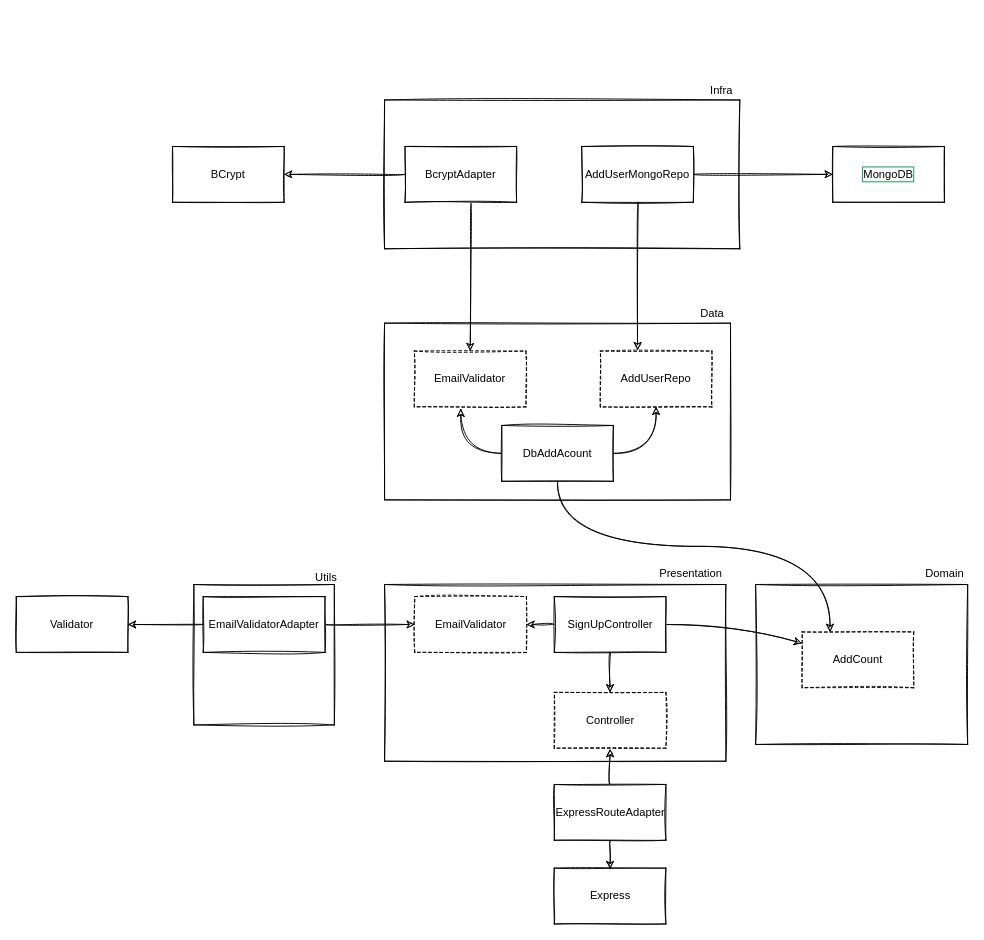
Above: Untitled Diagram.drawio in lucca257/clean-node-api (draw.io), before the change. Source tidied: cells renumbered, new cells numbered last; positions are measured from the earlier drawing's top-left corner, leaving out a move shared by most shapes. Both pictures are drawn from the tidied source at 93%, with x=0, y=0 at pixel (16, 81).
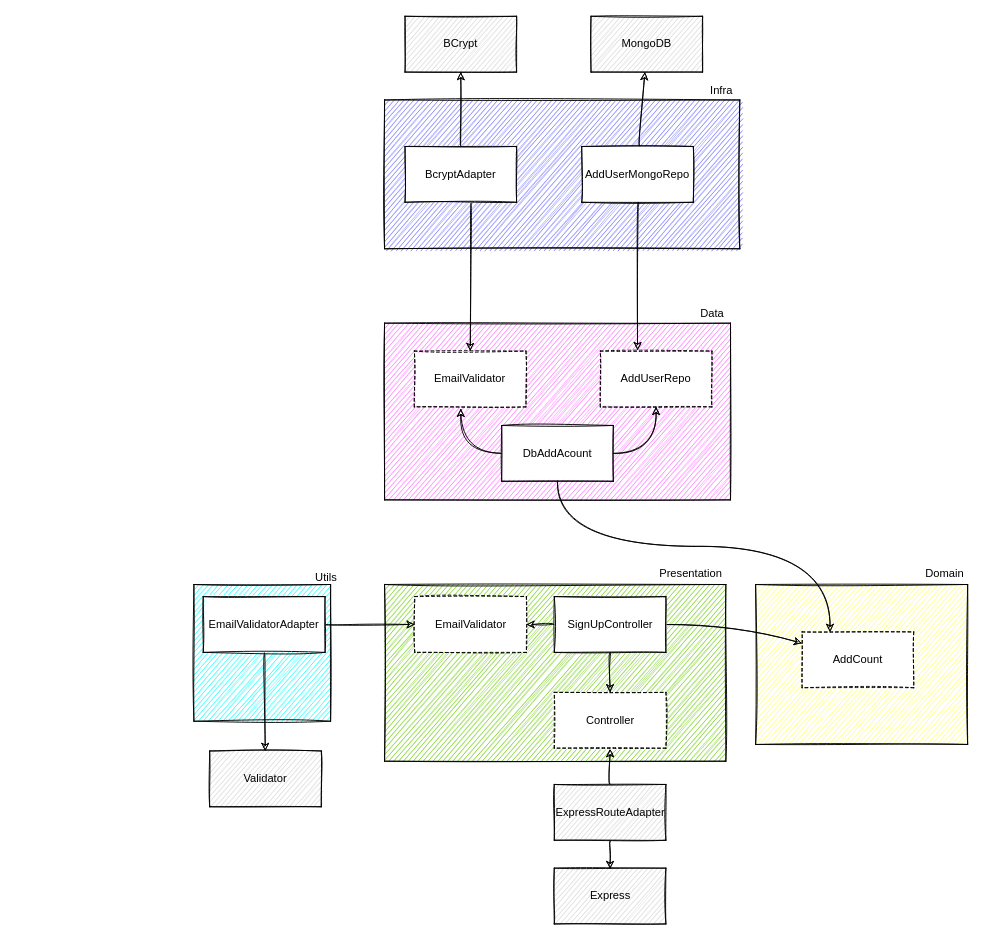
The same diagram, later.

Commit message:
CLEAN NODE API

Change to the diagram source:
```diff
@@
-    <mxCell id="2" style="whiteSpace=wrap;html=1;fillColor=#ffffff;gradientColor=none;sketch=1;" parent="1" vertex="1">
+    <mxCell id="2" style="whiteSpace=wrap;html=1;fillColor=#6666FF;gradientColor=none;sketch=1;" parent="1" vertex="1">
       <mxGeometry x="396" y="20" width="382" height="160" as="geometry" />
     </mxCell>
-    <mxCell id="3" style="whiteSpace=wrap;html=1;fillColor=#ffffff;gradientColor=none;sketch=1;" parent="1" vertex="1">
+    <mxCell id="3" style="whiteSpace=wrap;html=1;fillColor=#FFFF66;gradientColor=none;sketch=1;labelBorderColor=none;labelBackgroundColor=#FFFF66;" parent="1" vertex="1">
       <mxGeometry x="795" y="541" width="228" height="172" as="geometry" />
     </mxCell>
-    <mxCell id="4" value="MongoDB" style="whiteSpace=wrap;html=1;labelBorderColor=#00994D;sketch=1;" parent="1" vertex="1">
-      <mxGeometry x="878" y="70" width="120" height="60" as="geometry" />
+    <mxCell id="4" value="MongoDB" style="whiteSpace=wrap;html=1;labelBorderColor=none;sketch=1;fillColor=#D1D1D1;" parent="1" vertex="1">
+      <mxGeometry x="618" y="-70" width="120" height="60" as="geometry" />
     </mxCell>
-    <mxCell id="5" value="Express" style="whiteSpace=wrap;html=1;sketch=1;" parent="1" vertex="1">
+    <mxCell id="5" value="Express" style="whiteSpace=wrap;html=1;sketch=1;fillColor=#D1D1D1;" parent="1" vertex="1">
       <mxGeometry x="578.5" y="846" width="120" height="60" as="geometry" />
     </mxCell>
-    <mxCell id="6" style="whiteSpace=wrap;html=1;sketch=1;" parent="1" vertex="1">
+    <mxCell id="6" style="whiteSpace=wrap;html=1;sketch=1;fillColor=#66CC00;" parent="1" vertex="1">
       <mxGeometry x="396" y="541" width="367" height="190" as="geometry" />
     </mxCell>
-    <mxCell id="7" value="Validator" style="whiteSpace=wrap;html=1;sketch=1;" parent="1" vertex="1">
-      <mxGeometry y="554" width="120" height="60" as="geometry" />
+    <mxCell id="7" value="Validator" style="whiteSpace=wrap;html=1;sketch=1;fillColor=#D1D1D1;" parent="1" vertex="1">
+      <mxGeometry x="208" y="720" width="120" height="60" as="geometry" />
     </mxCell>
-    <mxCell id="8" value="BCrypt" style="whiteSpace=wrap;html=1;sketch=1;" parent="1" vertex="1">
-      <mxGeometry x="168" y="70" width="120" height="60" as="geometry" />
+    <mxCell id="8" value="BCrypt" style="whiteSpace=wrap;html=1;sketch=1;fillColor=#D1D1D1;" parent="1" vertex="1">
+      <mxGeometry x="418" y="-70" width="120" height="60" as="geometry" />
     </mxCell>
@@
-    <mxCell id="11" value="ExpressRouteAdapter" style="whiteSpace=wrap;html=1;sketch=1;" parent="1" vertex="1">
+    <mxCell id="11" value="ExpressRouteAdapter" style="whiteSpace=wrap;html=1;sketch=1;fillColor=#D1D1D1;" parent="1" vertex="1">
       <mxGeometry x="578.5" y="756" width="120" height="60" as="geometry" />
     </mxCell>
-    <mxCell id="12" style="whiteSpace=wrap;html=1;sketch=1;" parent="1" vertex="1">
-      <mxGeometry x="191" y="541" width="151" height="151" as="geometry" />
+    <mxCell id="12" style="whiteSpace=wrap;html=1;sketch=1;fillColor=#00FFFF;" parent="1" vertex="1">
+      <mxGeometry x="191" y="541" width="147" height="147" as="geometry" />
     </mxCell>
@@
-    <mxCell id="28" style="whiteSpace=wrap;html=1;fillColor=#ffffff;gradientColor=none;sketch=1;" parent="1" vertex="1">
+    <mxCell id="28" style="whiteSpace=wrap;html=1;fillColor=#FF66FF;gradientColor=none;sketch=1;" parent="1" vertex="1">
       <mxGeometry x="396" y="260" width="372" height="190" as="geometry" />
     </mxCell>
```
